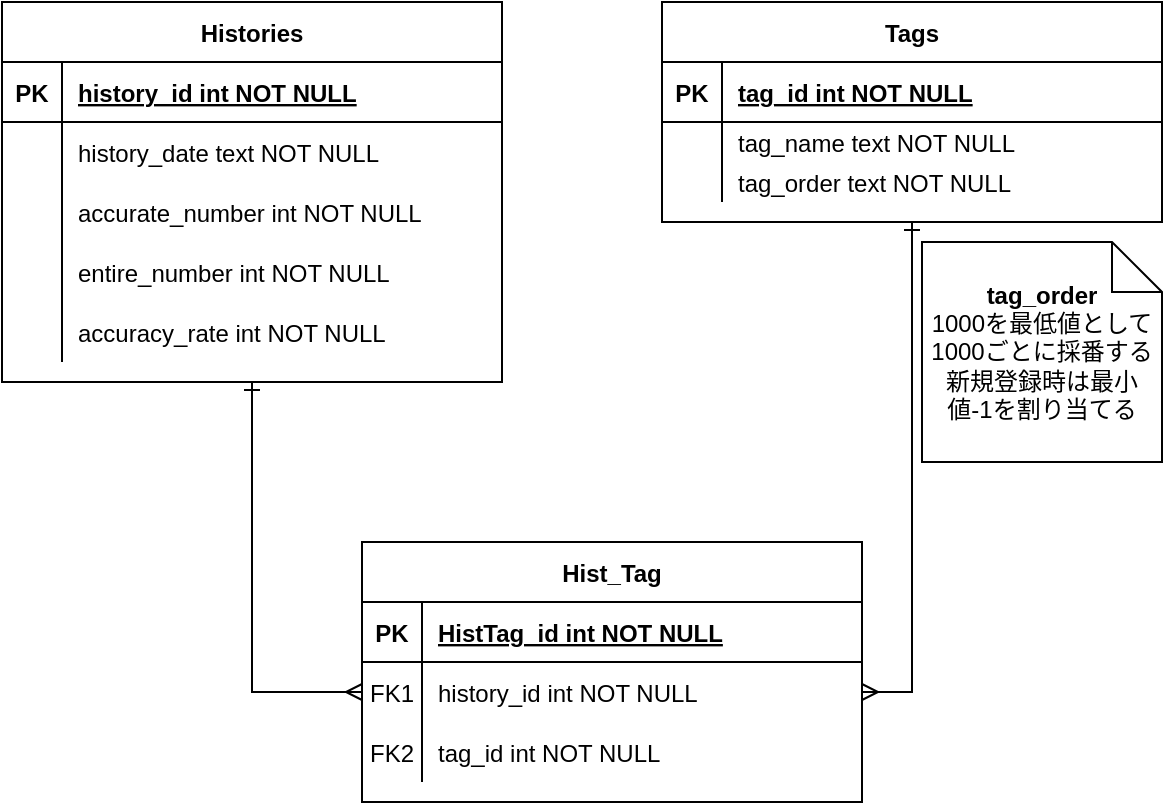
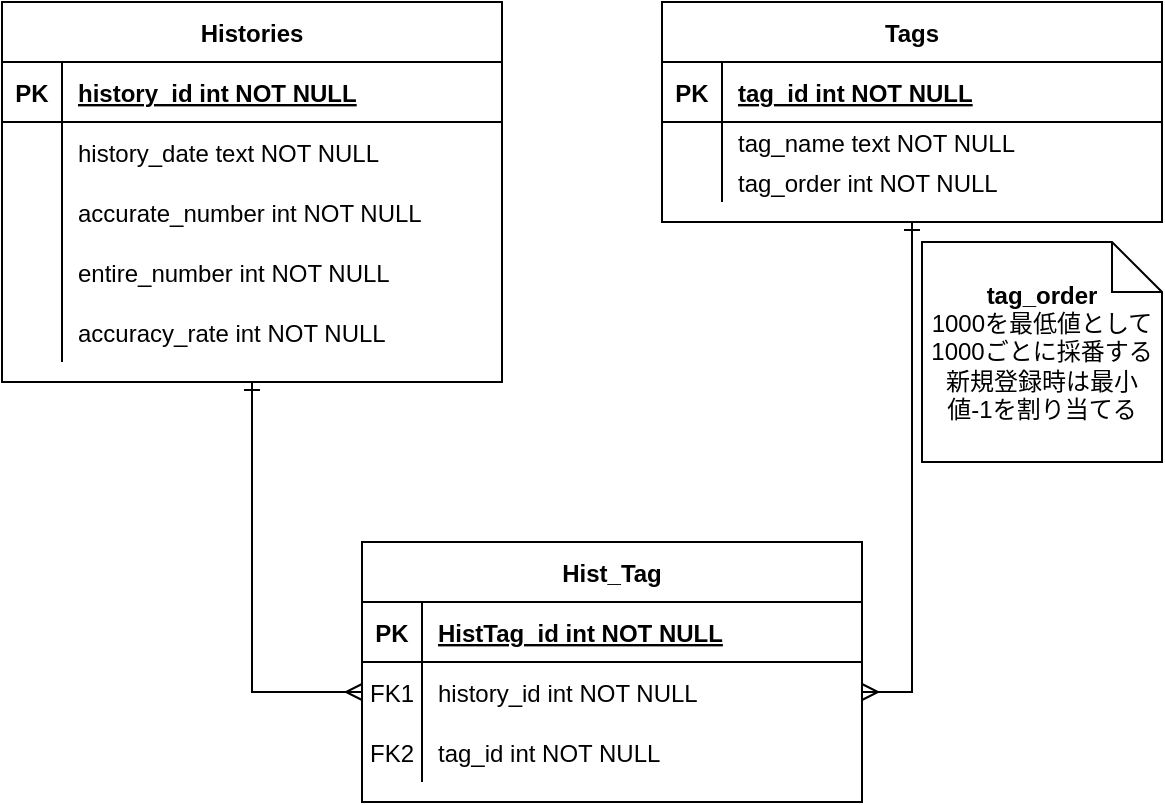
- <mxfile host="app.diagrams.net" modified="2024-07-19T08:24:12.052Z" agent="Mozilla/5.0 (Windows NT 10.0; Win64; x64) AppleWebKit/537.36 (KHTML, like Gecko) Chrome/126.0.0.0 Safari/537.36" etag="OMaQ56DpiStpBltqUxtA" version="24.6.5" type="device">
+ <mxfile host="app.diagrams.net" modified="2024-07-19T08:28:15.736Z" agent="Mozilla/5.0 (Windows NT 10.0; Win64; x64) AppleWebKit/537.36 (KHTML, like Gecko) Chrome/126.0.0.0 Safari/537.36" etag="xYvnVmKQDgF3a_s3Ohqp" version="24.6.5" type="device">
  <diagram id="R2lEEEUBdFMjLlhIrx00" name="Page-1">
    <mxGraphModel dx="1434" dy="772" grid="1" gridSize="10" guides="1" tooltips="1" connect="1" arrows="1" fold="1" page="1" pageScale="1" pageWidth="850" pageHeight="1100" background="#FFFFFF" math="0" shadow="0" extFonts="Permanent Marker^https://fonts.googleapis.com/css?family=Permanent+Marker">
      <root>
        <mxCell id="0" />
        <mxCell id="1" parent="0" />
        <mxCell id="C-vyLk0tnHw3VtMMgP7b-2" value="Tags" style="shape=table;startSize=30;container=1;collapsible=1;childLayout=tableLayout;fixedRows=1;rowLines=0;fontStyle=1;align=center;resizeLast=1;" parent="1" vertex="1">
          <mxGeometry x="330" width="250" height="110" as="geometry" />
        </mxCell>
        <mxCell id="C-vyLk0tnHw3VtMMgP7b-3" value="" style="shape=partialRectangle;collapsible=0;dropTarget=0;pointerEvents=0;fillColor=none;points=[[0,0.5],[1,0.5]];portConstraint=eastwest;top=0;left=0;right=0;bottom=1;" parent="C-vyLk0tnHw3VtMMgP7b-2" vertex="1">
          <mxGeometry y="30" width="250" height="30" as="geometry" />
        </mxCell>
        <mxCell id="C-vyLk0tnHw3VtMMgP7b-4" value="PK" style="shape=partialRectangle;overflow=hidden;connectable=0;fillColor=none;top=0;left=0;bottom=0;right=0;fontStyle=1;" parent="C-vyLk0tnHw3VtMMgP7b-3" vertex="1">
          <mxGeometry width="30" height="30" as="geometry">
            <mxRectangle width="30" height="30" as="alternateBounds" />
          </mxGeometry>
        </mxCell>
        <mxCell id="C-vyLk0tnHw3VtMMgP7b-5" value="tag_id int NOT NULL " style="shape=partialRectangle;overflow=hidden;connectable=0;fillColor=none;top=0;left=0;bottom=0;right=0;align=left;spacingLeft=6;fontStyle=5;" parent="C-vyLk0tnHw3VtMMgP7b-3" vertex="1">
          <mxGeometry x="30" width="220" height="30" as="geometry">
            <mxRectangle width="220" height="30" as="alternateBounds" />
          </mxGeometry>
        </mxCell>
        <mxCell id="C-vyLk0tnHw3VtMMgP7b-6" value="" style="shape=partialRectangle;collapsible=0;dropTarget=0;pointerEvents=0;fillColor=none;points=[[0,0.5],[1,0.5]];portConstraint=eastwest;top=0;left=0;right=0;bottom=0;" parent="C-vyLk0tnHw3VtMMgP7b-2" vertex="1">
          <mxGeometry y="60" width="250" height="20" as="geometry" />
        </mxCell>
        <mxCell id="C-vyLk0tnHw3VtMMgP7b-7" value="" style="shape=partialRectangle;overflow=hidden;connectable=0;fillColor=none;top=0;left=0;bottom=0;right=0;" parent="C-vyLk0tnHw3VtMMgP7b-6" vertex="1">
          <mxGeometry width="30" height="20" as="geometry">
            <mxRectangle width="30" height="20" as="alternateBounds" />
          </mxGeometry>
        </mxCell>
        <mxCell id="C-vyLk0tnHw3VtMMgP7b-8" value="tag_name text NOT NULL" style="shape=partialRectangle;overflow=hidden;connectable=0;fillColor=none;top=0;left=0;bottom=0;right=0;align=left;spacingLeft=6;" parent="C-vyLk0tnHw3VtMMgP7b-6" vertex="1">
          <mxGeometry x="30" width="220" height="20" as="geometry">
            <mxRectangle width="220" height="20" as="alternateBounds" />
          </mxGeometry>
        </mxCell>
        <mxCell id="uX9CyFeno2kXJm7CUo4n-1" value="" style="shape=partialRectangle;collapsible=0;dropTarget=0;pointerEvents=0;fillColor=none;points=[[0,0.5],[1,0.5]];portConstraint=eastwest;top=0;left=0;right=0;bottom=0;" vertex="1" parent="C-vyLk0tnHw3VtMMgP7b-2">
          <mxGeometry y="80" width="250" height="20" as="geometry" />
        </mxCell>
        <mxCell id="uX9CyFeno2kXJm7CUo4n-2" value="" style="shape=partialRectangle;overflow=hidden;connectable=0;fillColor=none;top=0;left=0;bottom=0;right=0;" vertex="1" parent="uX9CyFeno2kXJm7CUo4n-1">
          <mxGeometry width="30" height="20" as="geometry">
            <mxRectangle width="30" height="20" as="alternateBounds" />
          </mxGeometry>
        </mxCell>
-         <mxCell id="uX9CyFeno2kXJm7CUo4n-3" value="tag_order text NOT NULL" style="shape=partialRectangle;overflow=hidden;connectable=0;fillColor=none;top=0;left=0;bottom=0;right=0;align=left;spacingLeft=6;" vertex="1" parent="uX9CyFeno2kXJm7CUo4n-1">
+         <mxCell id="uX9CyFeno2kXJm7CUo4n-3" value="tag_order int NOT NULL" style="shape=partialRectangle;overflow=hidden;connectable=0;fillColor=none;top=0;left=0;bottom=0;right=0;align=left;spacingLeft=6;" vertex="1" parent="uX9CyFeno2kXJm7CUo4n-1">
          <mxGeometry x="30" width="220" height="20" as="geometry">
            <mxRectangle width="220" height="20" as="alternateBounds" />
          </mxGeometry>
        </mxCell>
        <mxCell id="C-vyLk0tnHw3VtMMgP7b-13" value="Hist_Tag" style="shape=table;startSize=30;container=1;collapsible=1;childLayout=tableLayout;fixedRows=1;rowLines=0;fontStyle=1;align=center;resizeLast=1;" parent="1" vertex="1">
          <mxGeometry x="180" y="270" width="250" height="130" as="geometry" />
        </mxCell>
        <mxCell id="C-vyLk0tnHw3VtMMgP7b-14" value="" style="shape=partialRectangle;collapsible=0;dropTarget=0;pointerEvents=0;fillColor=none;points=[[0,0.5],[1,0.5]];portConstraint=eastwest;top=0;left=0;right=0;bottom=1;" parent="C-vyLk0tnHw3VtMMgP7b-13" vertex="1">
          <mxGeometry y="30" width="250" height="30" as="geometry" />
        </mxCell>
        <mxCell id="C-vyLk0tnHw3VtMMgP7b-15" value="PK" style="shape=partialRectangle;overflow=hidden;connectable=0;fillColor=none;top=0;left=0;bottom=0;right=0;fontStyle=1;" parent="C-vyLk0tnHw3VtMMgP7b-14" vertex="1">
          <mxGeometry width="30" height="30" as="geometry">
            <mxRectangle width="30" height="30" as="alternateBounds" />
          </mxGeometry>
        </mxCell>
        <mxCell id="C-vyLk0tnHw3VtMMgP7b-16" value="HistTag_id int NOT NULL " style="shape=partialRectangle;overflow=hidden;connectable=0;fillColor=none;top=0;left=0;bottom=0;right=0;align=left;spacingLeft=6;fontStyle=5;" parent="C-vyLk0tnHw3VtMMgP7b-14" vertex="1">
          <mxGeometry x="30" width="220" height="30" as="geometry">
            <mxRectangle width="220" height="30" as="alternateBounds" />
          </mxGeometry>
        </mxCell>
        <mxCell id="C-vyLk0tnHw3VtMMgP7b-17" value="" style="shape=partialRectangle;collapsible=0;dropTarget=0;pointerEvents=0;fillColor=none;points=[[0,0.5],[1,0.5]];portConstraint=eastwest;top=0;left=0;right=0;bottom=0;" parent="C-vyLk0tnHw3VtMMgP7b-13" vertex="1">
          <mxGeometry y="60" width="250" height="30" as="geometry" />
        </mxCell>
        <mxCell id="C-vyLk0tnHw3VtMMgP7b-18" value="FK1" style="shape=partialRectangle;overflow=hidden;connectable=0;fillColor=none;top=0;left=0;bottom=0;right=0;" parent="C-vyLk0tnHw3VtMMgP7b-17" vertex="1">
          <mxGeometry width="30" height="30" as="geometry">
            <mxRectangle width="30" height="30" as="alternateBounds" />
          </mxGeometry>
        </mxCell>
        <mxCell id="C-vyLk0tnHw3VtMMgP7b-19" value="history_id int NOT NULL" style="shape=partialRectangle;overflow=hidden;connectable=0;fillColor=none;top=0;left=0;bottom=0;right=0;align=left;spacingLeft=6;" parent="C-vyLk0tnHw3VtMMgP7b-17" vertex="1">
          <mxGeometry x="30" width="220" height="30" as="geometry">
            <mxRectangle width="220" height="30" as="alternateBounds" />
          </mxGeometry>
        </mxCell>
        <mxCell id="C-vyLk0tnHw3VtMMgP7b-20" value="" style="shape=partialRectangle;collapsible=0;dropTarget=0;pointerEvents=0;fillColor=none;points=[[0,0.5],[1,0.5]];portConstraint=eastwest;top=0;left=0;right=0;bottom=0;" parent="C-vyLk0tnHw3VtMMgP7b-13" vertex="1">
          <mxGeometry y="90" width="250" height="30" as="geometry" />
        </mxCell>
        <mxCell id="C-vyLk0tnHw3VtMMgP7b-21" value="FK2" style="shape=partialRectangle;overflow=hidden;connectable=0;fillColor=none;top=0;left=0;bottom=0;right=0;" parent="C-vyLk0tnHw3VtMMgP7b-20" vertex="1">
          <mxGeometry width="30" height="30" as="geometry">
            <mxRectangle width="30" height="30" as="alternateBounds" />
          </mxGeometry>
        </mxCell>
        <mxCell id="C-vyLk0tnHw3VtMMgP7b-22" value="tag_id int NOT NULL" style="shape=partialRectangle;overflow=hidden;connectable=0;fillColor=none;top=0;left=0;bottom=0;right=0;align=left;spacingLeft=6;" parent="C-vyLk0tnHw3VtMMgP7b-20" vertex="1">
          <mxGeometry x="30" width="220" height="30" as="geometry">
            <mxRectangle width="220" height="30" as="alternateBounds" />
          </mxGeometry>
        </mxCell>
        <mxCell id="vyyHN-wlgOPrNykon7IR-17" style="edgeStyle=orthogonalEdgeStyle;rounded=0;orthogonalLoop=1;jettySize=auto;html=1;entryX=0;entryY=0.5;entryDx=0;entryDy=0;strokeWidth=1;startArrow=ERone;startFill=0;endArrow=ERmany;endFill=0;" parent="1" source="C-vyLk0tnHw3VtMMgP7b-23" target="C-vyLk0tnHw3VtMMgP7b-17" edge="1">
          <mxGeometry relative="1" as="geometry" />
        </mxCell>
        <mxCell id="C-vyLk0tnHw3VtMMgP7b-23" value="Histories" style="shape=table;startSize=30;container=1;collapsible=1;childLayout=tableLayout;fixedRows=1;rowLines=0;fontStyle=1;align=center;resizeLast=1;" parent="1" vertex="1">
          <mxGeometry width="250" height="190" as="geometry" />
        </mxCell>
        <mxCell id="C-vyLk0tnHw3VtMMgP7b-24" value="" style="shape=partialRectangle;collapsible=0;dropTarget=0;pointerEvents=0;fillColor=none;points=[[0,0.5],[1,0.5]];portConstraint=eastwest;top=0;left=0;right=0;bottom=1;" parent="C-vyLk0tnHw3VtMMgP7b-23" vertex="1">
          <mxGeometry y="30" width="250" height="30" as="geometry" />
        </mxCell>
        <mxCell id="C-vyLk0tnHw3VtMMgP7b-25" value="PK" style="shape=partialRectangle;overflow=hidden;connectable=0;fillColor=none;top=0;left=0;bottom=0;right=0;fontStyle=1;" parent="C-vyLk0tnHw3VtMMgP7b-24" vertex="1">
          <mxGeometry width="30" height="30" as="geometry">
            <mxRectangle width="30" height="30" as="alternateBounds" />
          </mxGeometry>
        </mxCell>
        <mxCell id="C-vyLk0tnHw3VtMMgP7b-26" value="history_id int NOT NULL " style="shape=partialRectangle;overflow=hidden;connectable=0;fillColor=none;top=0;left=0;bottom=0;right=0;align=left;spacingLeft=6;fontStyle=5;" parent="C-vyLk0tnHw3VtMMgP7b-24" vertex="1">
          <mxGeometry x="30" width="220" height="30" as="geometry">
            <mxRectangle width="220" height="30" as="alternateBounds" />
          </mxGeometry>
        </mxCell>
        <mxCell id="C-vyLk0tnHw3VtMMgP7b-27" value="" style="shape=partialRectangle;collapsible=0;dropTarget=0;pointerEvents=0;fillColor=none;points=[[0,0.5],[1,0.5]];portConstraint=eastwest;top=0;left=0;right=0;bottom=0;" parent="C-vyLk0tnHw3VtMMgP7b-23" vertex="1">
          <mxGeometry y="60" width="250" height="30" as="geometry" />
        </mxCell>
        <mxCell id="C-vyLk0tnHw3VtMMgP7b-28" value="" style="shape=partialRectangle;overflow=hidden;connectable=0;fillColor=none;top=0;left=0;bottom=0;right=0;" parent="C-vyLk0tnHw3VtMMgP7b-27" vertex="1">
          <mxGeometry width="30" height="30" as="geometry">
            <mxRectangle width="30" height="30" as="alternateBounds" />
          </mxGeometry>
        </mxCell>
        <mxCell id="C-vyLk0tnHw3VtMMgP7b-29" value="history_date text NOT NULL" style="shape=partialRectangle;overflow=hidden;connectable=0;fillColor=none;top=0;left=0;bottom=0;right=0;align=left;spacingLeft=6;" parent="C-vyLk0tnHw3VtMMgP7b-27" vertex="1">
          <mxGeometry x="30" width="220" height="30" as="geometry">
            <mxRectangle width="220" height="30" as="alternateBounds" />
          </mxGeometry>
        </mxCell>
        <mxCell id="vyyHN-wlgOPrNykon7IR-9" value="" style="shape=partialRectangle;collapsible=0;dropTarget=0;pointerEvents=0;fillColor=none;points=[[0,0.5],[1,0.5]];portConstraint=eastwest;top=0;left=0;right=0;bottom=0;" parent="C-vyLk0tnHw3VtMMgP7b-23" vertex="1">
          <mxGeometry y="90" width="250" height="30" as="geometry" />
        </mxCell>
        <mxCell id="vyyHN-wlgOPrNykon7IR-10" value="" style="shape=partialRectangle;overflow=hidden;connectable=0;fillColor=none;top=0;left=0;bottom=0;right=0;" parent="vyyHN-wlgOPrNykon7IR-9" vertex="1">
          <mxGeometry width="30" height="30" as="geometry">
            <mxRectangle width="30" height="30" as="alternateBounds" />
          </mxGeometry>
        </mxCell>
        <mxCell id="vyyHN-wlgOPrNykon7IR-11" value="accurate_number int NOT NULL" style="shape=partialRectangle;overflow=hidden;connectable=0;fillColor=none;top=0;left=0;bottom=0;right=0;align=left;spacingLeft=6;" parent="vyyHN-wlgOPrNykon7IR-9" vertex="1">
          <mxGeometry x="30" width="220" height="30" as="geometry">
            <mxRectangle width="220" height="30" as="alternateBounds" />
          </mxGeometry>
        </mxCell>
        <mxCell id="vyyHN-wlgOPrNykon7IR-12" value="" style="shape=partialRectangle;collapsible=0;dropTarget=0;pointerEvents=0;fillColor=none;points=[[0,0.5],[1,0.5]];portConstraint=eastwest;top=0;left=0;right=0;bottom=0;" parent="C-vyLk0tnHw3VtMMgP7b-23" vertex="1">
          <mxGeometry y="120" width="250" height="30" as="geometry" />
        </mxCell>
        <mxCell id="vyyHN-wlgOPrNykon7IR-13" value="" style="shape=partialRectangle;overflow=hidden;connectable=0;fillColor=none;top=0;left=0;bottom=0;right=0;" parent="vyyHN-wlgOPrNykon7IR-12" vertex="1">
          <mxGeometry width="30" height="30" as="geometry">
            <mxRectangle width="30" height="30" as="alternateBounds" />
          </mxGeometry>
        </mxCell>
        <mxCell id="vyyHN-wlgOPrNykon7IR-14" value="entire_number int NOT NULL" style="shape=partialRectangle;overflow=hidden;connectable=0;fillColor=none;top=0;left=0;bottom=0;right=0;align=left;spacingLeft=6;" parent="vyyHN-wlgOPrNykon7IR-12" vertex="1">
          <mxGeometry x="30" width="220" height="30" as="geometry">
            <mxRectangle width="220" height="30" as="alternateBounds" />
          </mxGeometry>
        </mxCell>
        <mxCell id="uX9CyFeno2kXJm7CUo4n-5" value="" style="shape=partialRectangle;collapsible=0;dropTarget=0;pointerEvents=0;fillColor=none;points=[[0,0.5],[1,0.5]];portConstraint=eastwest;top=0;left=0;right=0;bottom=0;" vertex="1" parent="C-vyLk0tnHw3VtMMgP7b-23">
          <mxGeometry y="150" width="250" height="30" as="geometry" />
        </mxCell>
        <mxCell id="uX9CyFeno2kXJm7CUo4n-6" value="" style="shape=partialRectangle;overflow=hidden;connectable=0;fillColor=none;top=0;left=0;bottom=0;right=0;" vertex="1" parent="uX9CyFeno2kXJm7CUo4n-5">
          <mxGeometry width="30" height="30" as="geometry">
            <mxRectangle width="30" height="30" as="alternateBounds" />
          </mxGeometry>
        </mxCell>
        <mxCell id="uX9CyFeno2kXJm7CUo4n-7" value="accuracy_rate int NOT NULL" style="shape=partialRectangle;overflow=hidden;connectable=0;fillColor=none;top=0;left=0;bottom=0;right=0;align=left;spacingLeft=6;" vertex="1" parent="uX9CyFeno2kXJm7CUo4n-5">
          <mxGeometry x="30" width="220" height="30" as="geometry">
            <mxRectangle width="220" height="30" as="alternateBounds" />
          </mxGeometry>
        </mxCell>
        <mxCell id="vyyHN-wlgOPrNykon7IR-18" style="edgeStyle=orthogonalEdgeStyle;rounded=0;orthogonalLoop=1;jettySize=auto;html=1;entryX=0.5;entryY=1;entryDx=0;entryDy=0;endArrow=ERone;endFill=0;startArrow=ERmany;startFill=0;" parent="1" source="C-vyLk0tnHw3VtMMgP7b-17" target="C-vyLk0tnHw3VtMMgP7b-2" edge="1">
          <mxGeometry relative="1" as="geometry" />
        </mxCell>
        <mxCell id="uX9CyFeno2kXJm7CUo4n-4" value="&lt;b&gt;tag_order&lt;/b&gt;&lt;div&gt;1000を最低値として1000ごとに採番する&lt;/div&gt;&lt;div&gt;新規登録時は最小値-1を割り当てる&lt;/div&gt;" style="shape=note2;boundedLbl=1;whiteSpace=wrap;html=1;size=25;verticalAlign=middle;align=center;labelPosition=center;verticalLabelPosition=middle;" vertex="1" parent="1">
          <mxGeometry x="460" y="120" width="120" height="110" as="geometry" />
        </mxCell>
      </root>
    </mxGraphModel>
  </diagram>
</mxfile>
